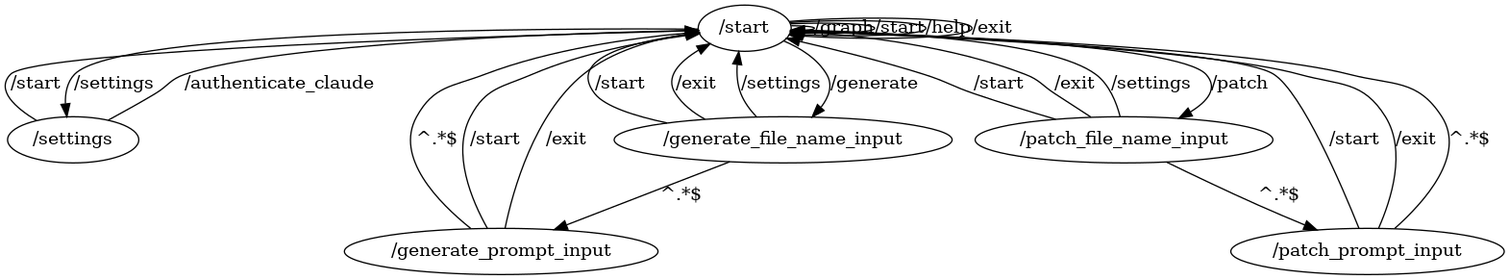
This is flows/morph.png from VasyaLutiy/MorphReborn, a Graphviz export, as it was before one commit. Its source is kept beside it as flows/morph.dot.
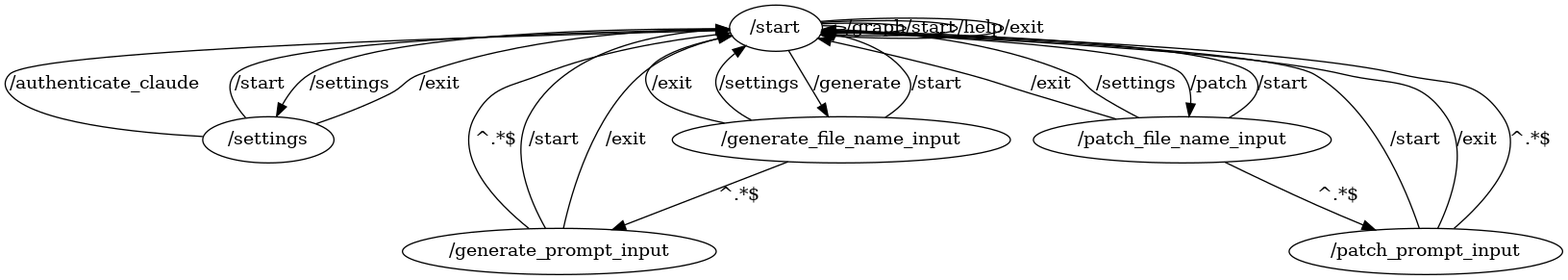
The same file after the commit.

Commit message:
- exiting from settings.

Diff of the diagram source:
```diff
@@ -2,6 +2,7 @@
 	"/start" -> "/start" [label="/graph"]
 	"/start" -> "/start" [label="/start"]
 	"/start" -> "/settings" [label="/settings"]
+	"/settings" -> "/start" [label="/exit"]
 	"/settings" -> "/start" [label="/authenticate_claude"]
 	"/settings" -> "/start" [label="/start"]
 	"/start" -> "/start" [label="/help"]
```
